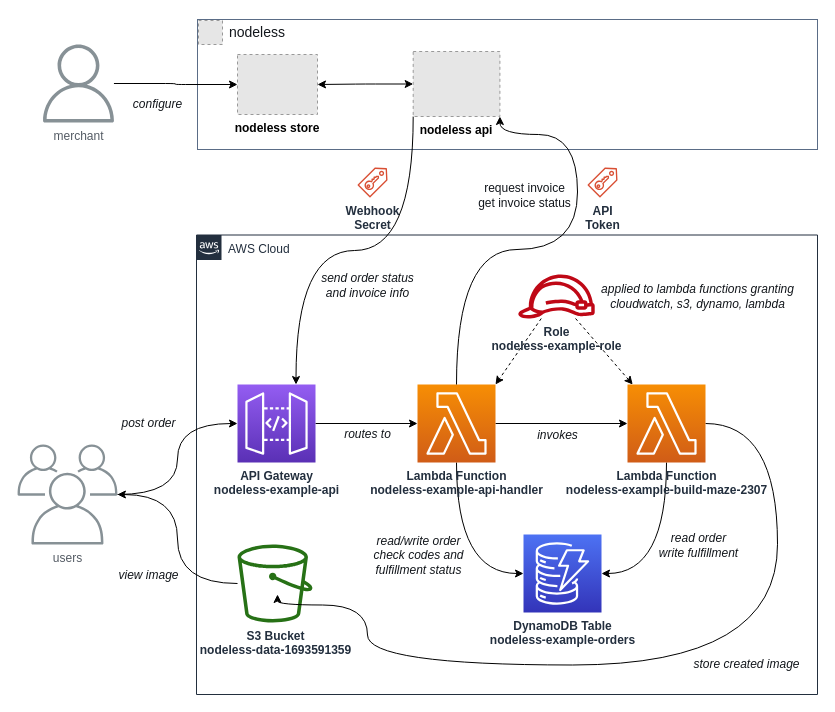
vicariousdrama/howto keeps this draw.io diagram as lightning/nodeless-example/nodeless-and-aws-serverless-example.drawio. Above is the earlier version. Source tidied: cells renumbered, new cells numbered last; positions are measured from the earlier drawing's top-left corner, leaving out a move shared by most shapes. Both pictures are drawn from the tidied source at 100%, with x=0, y=0 at pixel (17, 17). Pictures stored in the file or linked from it are replaced by grey dashed boxes.
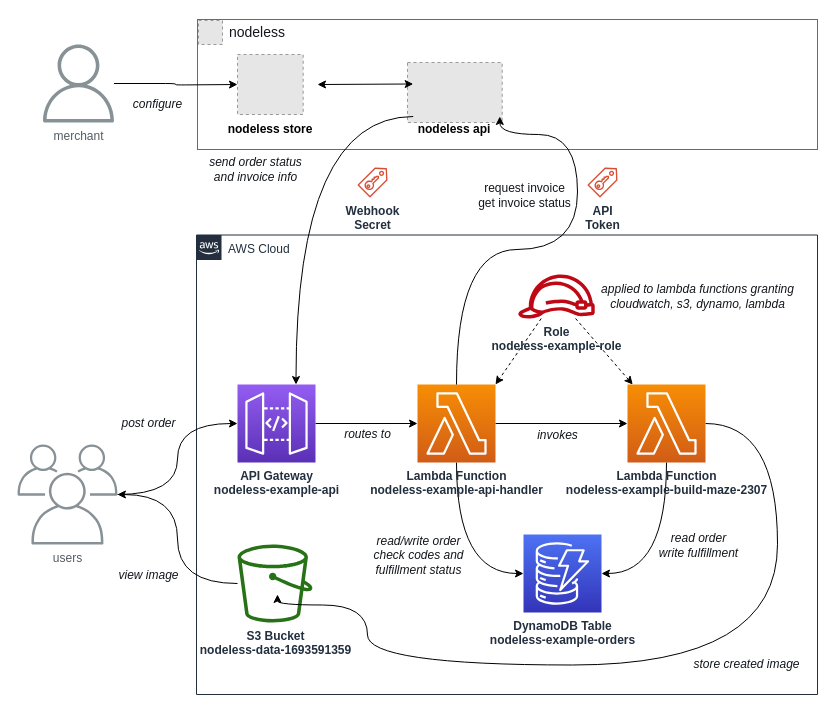
The same diagram, later.

Unchanged cells that the change refers to:
```xml
<mxCell id="4" value="API Gateway&lt;br&gt;nodeless-example-api" style="sketch=0;points=[[0,0,0],[0.25,0,0],[0.5,0,0],[0.75,0,0],[1,0,0],[0,1,0],[0.25,1,0],[0.5,1,0],[0.75,1,0],[1,1,0],[0,0.25,0],[0,0.5,0],[0,0.75,0],[1,0.25,0],[1,0.5,0],[1,0.75,0]];outlineConnect=0;fontColor=#232F3E;gradientColor=#945DF2;gradientDirection=north;fillColor=#5A30B5;strokeColor=#ffffff;dashed=0;verticalLabelPosition=bottom;verticalAlign=top;align=center;html=1;fontSize=12;fontStyle=1;shape=mxgraph.aws4.resourceIcon;resIcon=mxgraph.aws4.api_gateway;" parent="2" vertex="1">
  <mxGeometry x="41" y="149.5" width="78" height="78" as="geometry" />
</mxCell>
<mxCell id="13" value="Lambda Function&lt;br&gt;nodeless-example-api-handler" style="sketch=0;points=[[0,0,0],[0.25,0,0],[0.5,0,0],[0.75,0,0],[1,0,0],[0,1,0],[0.25,1,0],[0.5,1,0],[0.75,1,0],[1,1,0],[0,0.25,0],[0,0.5,0],[0,0.75,0],[1,0.25,0],[1,0.5,0],[1,0.75,0]];outlineConnect=0;fontColor=#232F3E;gradientColor=#F78E04;gradientDirection=north;fillColor=#D05C17;strokeColor=#ffffff;dashed=0;verticalLabelPosition=bottom;verticalAlign=top;align=center;html=1;fontSize=12;fontStyle=1;shape=mxgraph.aws4.resourceIcon;resIcon=mxgraph.aws4.lambda;" parent="2" vertex="1">
  <mxGeometry x="221" y="149.5" width="78" height="78" as="geometry" />
</mxCell>
<mxCell id="39" value="merchant" style="sketch=0;outlineConnect=0;fontColor=#545B64;gradientColor=none;fillColor=#879196;strokeColor=none;dashed=0;verticalLabelPosition=bottom;verticalAlign=top;align=center;html=1;fontSize=12;fontStyle=0;shape=mxgraph.aws4.user;" parent="1" vertex="1">
  <mxGeometry x="22" y="27" width="78" height="78" as="geometry" />
</mxCell>
```

Diff of the diagram source:
```diff
@@
+    <mxCell id="40" style="fillColor=#E6E6E6;strokeColor=#999999;dashed=1;verticalLabelPosition=bottom;labelBackgroundColor=default;verticalAlign=top;" parent="1" vertex="1">
+      <mxGeometry x="390" y="45" width="94.7" height="60" as="geometry" />
+    </mxCell>
@@
-    <mxCell id="29" value="nodeless store" style="fillColor=#E6E6E6;strokeColor=#999999;dashed=1;verticalLabelPosition=bottom;labelBackgroundColor=default;verticalAlign=top;fontStyle=1;" parent="1" vertex="1">
-      <mxGeometry x="220" y="37" width="80" height="60" as="geometry" />
-    </mxCell>
-    <mxCell id="30" style="jettySize=auto;html=1;exitX=0;exitY=1;exitDx=0;exitDy=0;entryX=0.75;entryY=0;entryDx=0;entryDy=0;entryPerimeter=0;fontSize=12;fontColor=#13171C;strokeColor=default;edgeStyle=orthogonalEdgeStyle;curved=1;" parent="1" edge="1" source="33" target="4">
-      <mxGeometry relative="1" as="geometry" />
+    <mxCell id="30" style="jettySize=auto;html=1;exitX=0;exitY=1;exitDx=0;exitDy=0;entryX=0.75;entryY=0;entryDx=0;entryDy=0;entryPerimeter=0;fontSize=12;fontColor=#13171C;strokeColor=default;edgeStyle=orthogonalEdgeStyle;curved=1;" parent="1" edge="1" target="4">
+      <mxGeometry relative="1" as="geometry">
+        <mxPoint x="395.7" y="99" as="sourcePoint" />
+      </mxGeometry>
     </mxCell>
@@
-    <mxCell id="32" style="edgeStyle=orthogonalEdgeStyle;rounded=1;jettySize=auto;html=1;exitX=0;exitY=0.5;exitDx=0;exitDy=0;fontSize=12;fontColor=#13171C;startArrow=classic;startFill=1;" parent="1" edge="1" source="33" target="29">
-      <mxGeometry relative="1" as="geometry" />
+    <mxCell id="32" style="rounded=1;orthogonalLoop=1;jettySize=auto;html=1;exitX=0;exitY=0.5;exitDx=0;exitDy=0;fontSize=12;fontColor=#13171C;startArrow=classic;startFill=1;" parent="1" edge="1">
+      <mxGeometry relative="1" as="geometry">
+        <mxPoint x="395.7" y="66.5" as="sourcePoint" />
+        <mxPoint x="300" y="67" as="targetPoint" />
+      </mxGeometry>
     </mxCell>
-    <mxCell id="33" value="nodeless api" style="fillColor=#E6E6E6;strokeColor=#999999;dashed=1;verticalLabelPosition=bottom;labelBackgroundColor=default;verticalAlign=top;fontStyle=1;" parent="1" vertex="1">
-      <mxGeometry x="395.7" y="34" width="86.7" height="65" as="geometry" />
-    </mxCell>
@@
-    <mxCell id="35" style="edgeStyle=orthogonalEdgeStyle;curved=1;jettySize=auto;html=1;exitX=0.5;exitY=0;exitDx=0;exitDy=0;exitPerimeter=0;entryX=1;entryY=1;entryDx=0;entryDy=0;fontSize=12;fontColor=#13171C;" parent="1" edge="1" source="13" target="33">
+    <mxCell id="35" style="edgeStyle=orthogonalEdgeStyle;curved=1;jettySize=auto;html=1;exitX=0.5;exitY=0;exitDx=0;exitDy=0;exitPerimeter=0;entryX=1;entryY=1;entryDx=0;entryDy=0;fontSize=12;fontColor=#13171C;" parent="1" edge="1" source="13">
       <mxGeometry relative="1" as="geometry">
+        <mxPoint x="482.3" y="99" as="targetPoint" />
         <Array as="points">
           <mxPoint x="439" y="232" />
           <mxPoint x="560" y="232" />
           <mxPoint x="560" y="117" />
           <mxPoint x="482" y="117" />
         </Array>
       </mxGeometry>
     </mxCell>
@@
-    <mxCell id="38" value="configure" style="edgeStyle=orthogonalEdgeStyle;rounded=1;jettySize=auto;html=1;fontSize=12;fontColor=#13171C;startArrow=none;startFill=0;fontStyle=2;" parent="1" edge="1" source="39" target="29">
-      <mxGeometry x="-0.3" y="-21" relative="1" as="geometry" />
+    <mxCell id="38" value="configure" style="edgeStyle=orthogonalEdgeStyle;rounded=1;jettySize=auto;html=1;fontSize=12;fontColor=#13171C;startArrow=none;startFill=0;fontStyle=2;" parent="1" edge="1" source="39">
+      <mxGeometry x="-0.3" y="-21" relative="1" as="geometry">
+        <mxPoint x="220" y="67" as="targetPoint" />
+      </mxGeometry>
     </mxCell>
@@
+    <mxCell id="41" style="fillColor=#E6E6E6;strokeColor=#999999;dashed=1;verticalLabelPosition=bottom;labelBackgroundColor=default;verticalAlign=top;" parent="1" vertex="1">
+      <mxGeometry x="220" y="37" width="65.7" height="60" as="geometry" />
+    </mxCell>
+    <mxCell id="29" value="nodeless store" style="text;html=1;strokeColor=none;fillColor=none;align=center;verticalAlign=middle;whiteSpace=wrap;rounded=0;labelBackgroundColor=none;fontSize=12;fontColor=#000000;fontStyle=1;" parent="1" vertex="1">
+      <mxGeometry x="202.8" y="97" width="100" height="30" as="geometry" />
+    </mxCell>
+    <mxCell id="33" value="nodeless api" style="text;html=1;strokeColor=none;fillColor=none;align=center;verticalAlign=middle;whiteSpace=wrap;rounded=0;labelBackgroundColor=none;fontSize=12;fontColor=#000000;fontStyle=1;" parent="1" vertex="1">
+      <mxGeometry x="397.4" y="97" width="80" height="30" as="geometry" />
+    </mxCell>
```
